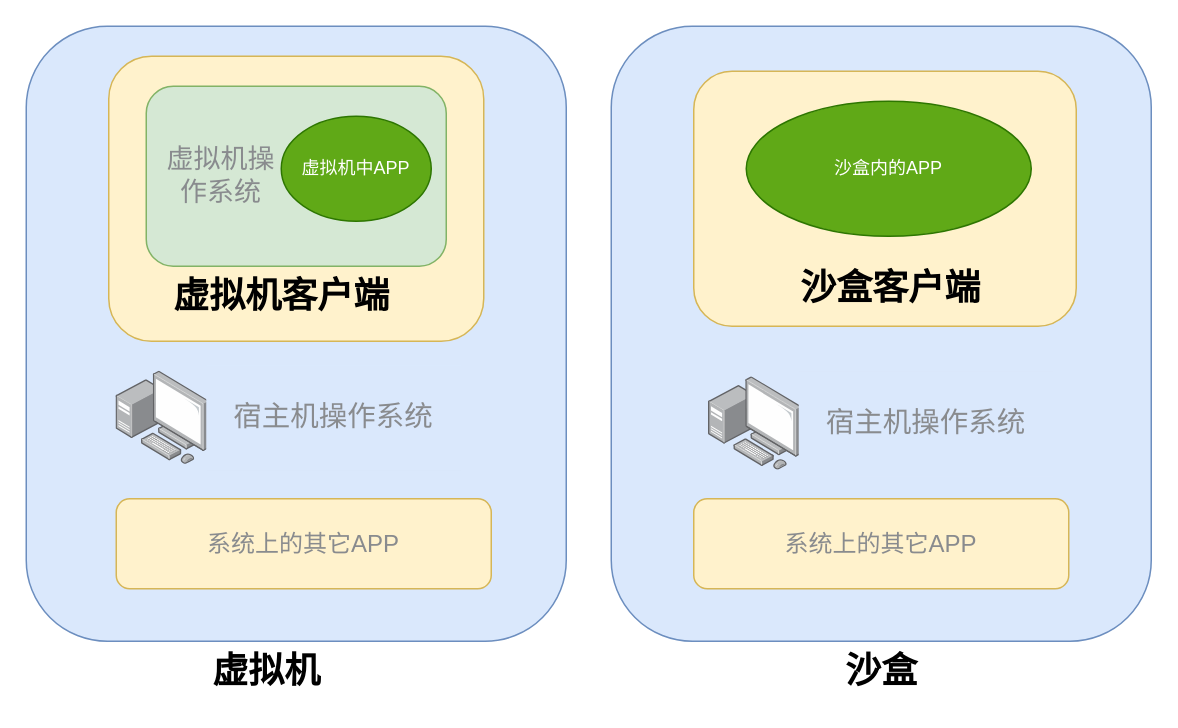
This is 沙盒与虚拟机.drawio from weishengzu/Draw.io, a draw.io file, before an edit. Source tidied: cells renumbered, new cells numbered last; positions are measured from the earlier drawing's top-left corner, leaving out a move shared by most shapes. Both pictures are drawn from the tidied source at 150%, with x=0, y=0 at pixel (26, 26).
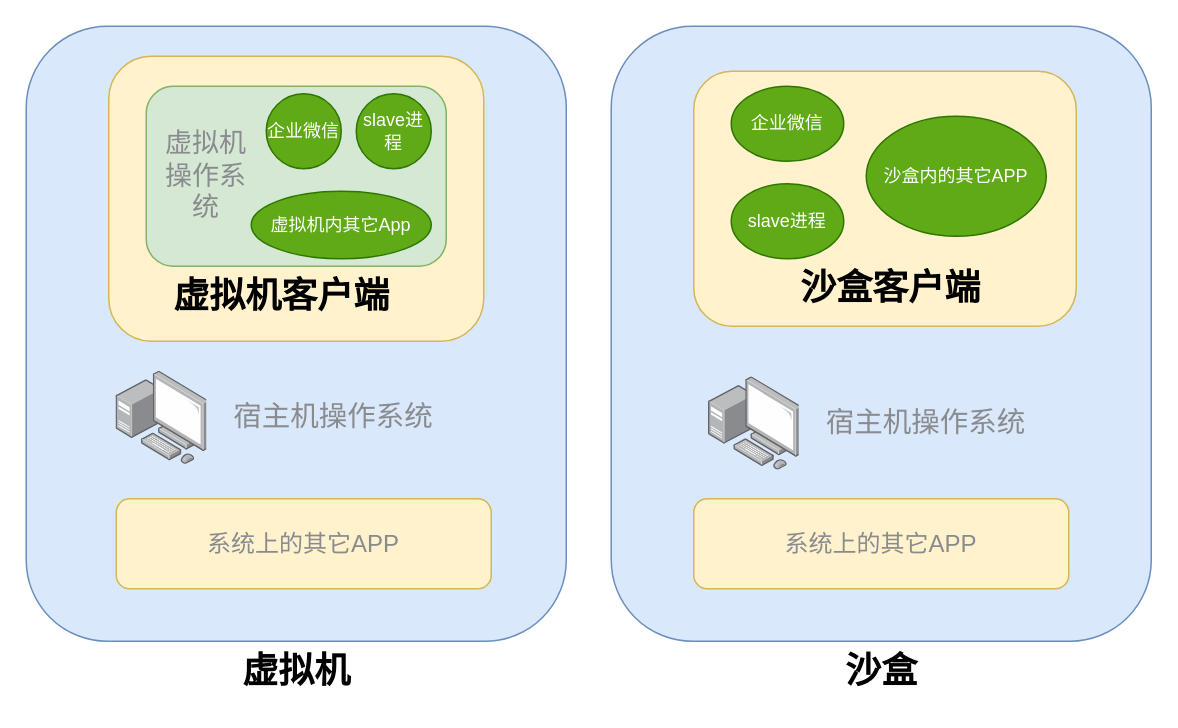
After the change.

Commit message (it also covers changes not shown here):
更新沙盒与虚拟机.drawio

Change to the diagram source:
```diff
@@
     <mxCell id="13" value="虚拟机操作系统" style="text;strokeColor=none;fillColor=none;html=1;fontSize=18;fontStyle=0;verticalAlign=middle;align=center;fontColor=#898b8e;whiteSpace=wrap;" parent="1" vertex="1">
-      <mxGeometry x="90" y="45" width="80" height="110" as="geometry" />
+      <mxGeometry x="90" y="45" width="60" height="110" as="geometry" />
     </mxCell>
-    <mxCell id="14" value="虚拟机中APP" style="ellipse;html=1;fillColor=#60a917;fontColor=#ffffff;strokeColor=#2D7600;whiteSpace=wrap;" parent="1" vertex="1">
-      <mxGeometry x="170" y="60" width="100" height="70" as="geometry" />
+    <mxCell id="14" value="slave进程" style="ellipse;html=1;fillColor=#60a917;fontColor=#ffffff;strokeColor=#2D7600;whiteSpace=wrap;" parent="1" vertex="1">
+      <mxGeometry x="220" y="45" width="50" height="50" as="geometry" />
     </mxCell>
@@
-    <mxCell id="17" value="沙盒内的APP" style="ellipse;html=1;fillColor=#60a917;fontColor=#ffffff;strokeColor=#2D7600;whiteSpace=wrap;" parent="1" vertex="1">
-      <mxGeometry x="480" y="50" width="190" height="90" as="geometry" />
+    <mxCell id="17" value="沙盒内的其它APP" style="ellipse;html=1;fillColor=#60a917;fontColor=#ffffff;strokeColor=#2D7600;whiteSpace=wrap;" parent="1" vertex="1">
+      <mxGeometry x="560" y="60" width="120" height="80" as="geometry" />
     </mxCell>
     <mxCell id="18" value="虚拟机" style="text;strokeColor=none;fillColor=none;html=1;fontSize=24;fontStyle=1;verticalAlign=middle;align=center;" parent="1" vertex="1">
-      <mxGeometry x="110" y="410" width="100" height="40" as="geometry" />
+      <mxGeometry x="130" y="410" width="100" height="40" as="geometry" />
     </mxCell>
@@
+    <mxCell id="20" value="虚拟机内其它App" style="ellipse;html=1;fillColor=#60a917;fontColor=#ffffff;strokeColor=#2D7600;whiteSpace=wrap;" parent="1" vertex="1">
+      <mxGeometry x="150" y="110" width="120" height="45" as="geometry" />
+    </mxCell>
+    <mxCell id="21" value="企业微信" style="ellipse;html=1;fillColor=#60a917;fontColor=#ffffff;strokeColor=#2D7600;whiteSpace=wrap;" parent="1" vertex="1">
+      <mxGeometry x="470" y="40" width="75" height="50" as="geometry" />
+    </mxCell>
+    <mxCell id="22" value="企业微信" style="ellipse;html=1;fillColor=#60a917;fontColor=#ffffff;strokeColor=#2D7600;whiteSpace=wrap;" parent="1" vertex="1">
+      <mxGeometry x="160" y="45" width="50" height="50" as="geometry" />
+    </mxCell>
+    <mxCell id="23" value="slave进程" style="ellipse;html=1;fillColor=#60a917;fontColor=#ffffff;strokeColor=#2D7600;whiteSpace=wrap;" parent="1" vertex="1">
+      <mxGeometry x="470" y="105" width="75" height="50" as="geometry" />
+    </mxCell>
```
